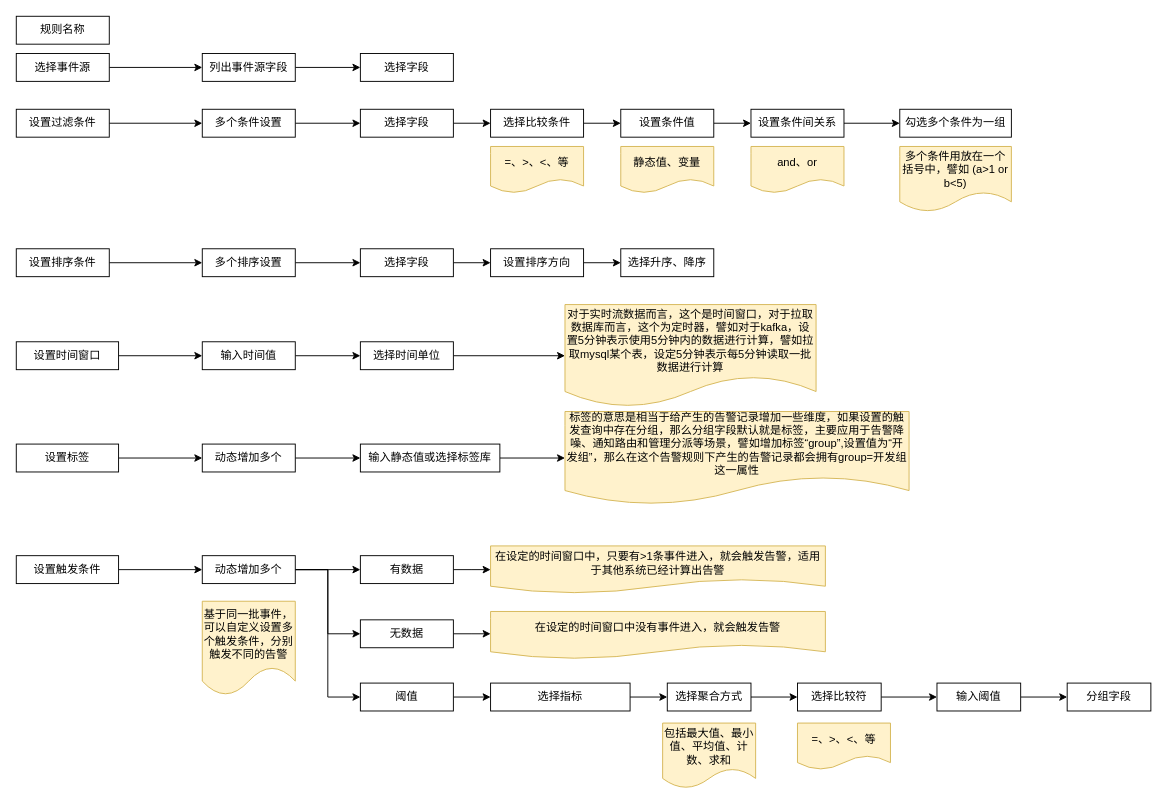
tom1978/alarm keeps this draw.io diagram as page "告警规则设计" (2 of 3) of 设计.drawio. Above is the earlier version. Source tidied: cells renumbered, new cells numbered last; positions are measured from the earlier drawing's top-left corner, leaving out a move shared by most shapes. Both pictures are drawn from the tidied source at 93%, with x=0, y=0 at pixel (16, 16).
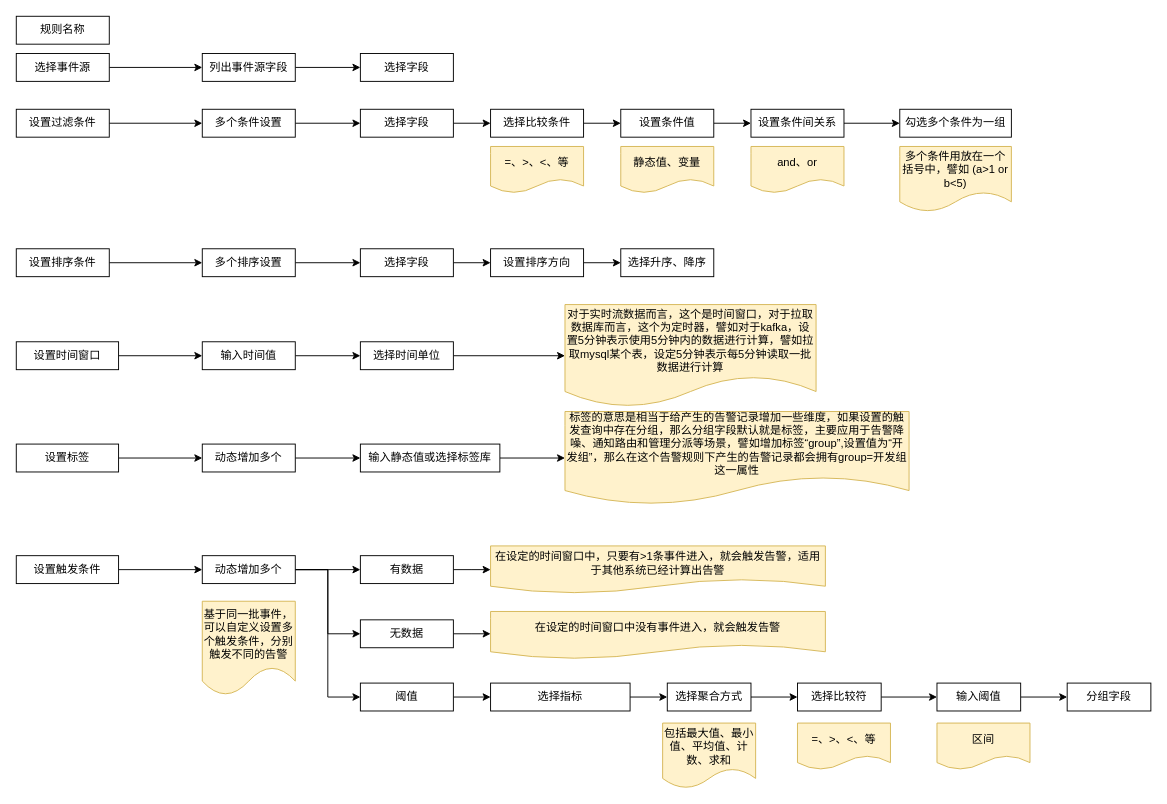
After the change.

Diff of the diagram source:
```diff
@@
+    <mxCell id="74" value="区间" style="shape=document;whiteSpace=wrap;html=1;boundedLbl=1;fillColor=#fff2cc;strokeColor=#d6b656;" parent="1" vertex="1">
+      <mxGeometry x="990" y="760" width="100" height="50" as="geometry" />
+    </mxCell>
```
